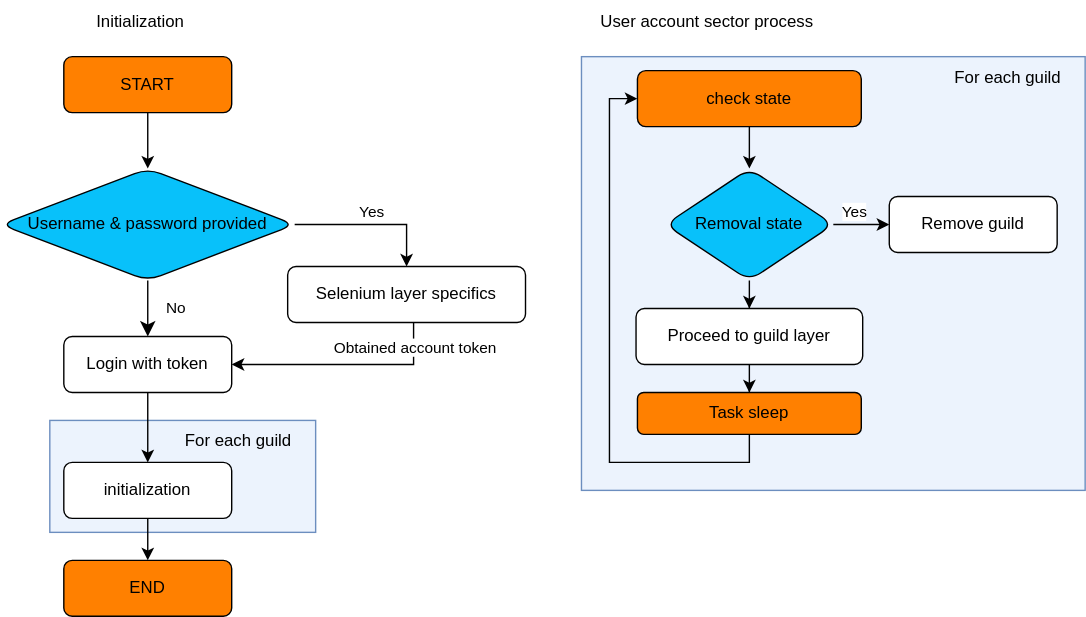
The draw.io diagram docs/thesis/images/daf-account-layer-flowchart.svg in davidhozic/discord-advertisement-framework, before a commit. Source tidied: cells renumbered, new cells last; positions are measured from the earlier drawing's top-left corner, leaving out a move shared by most shapes.
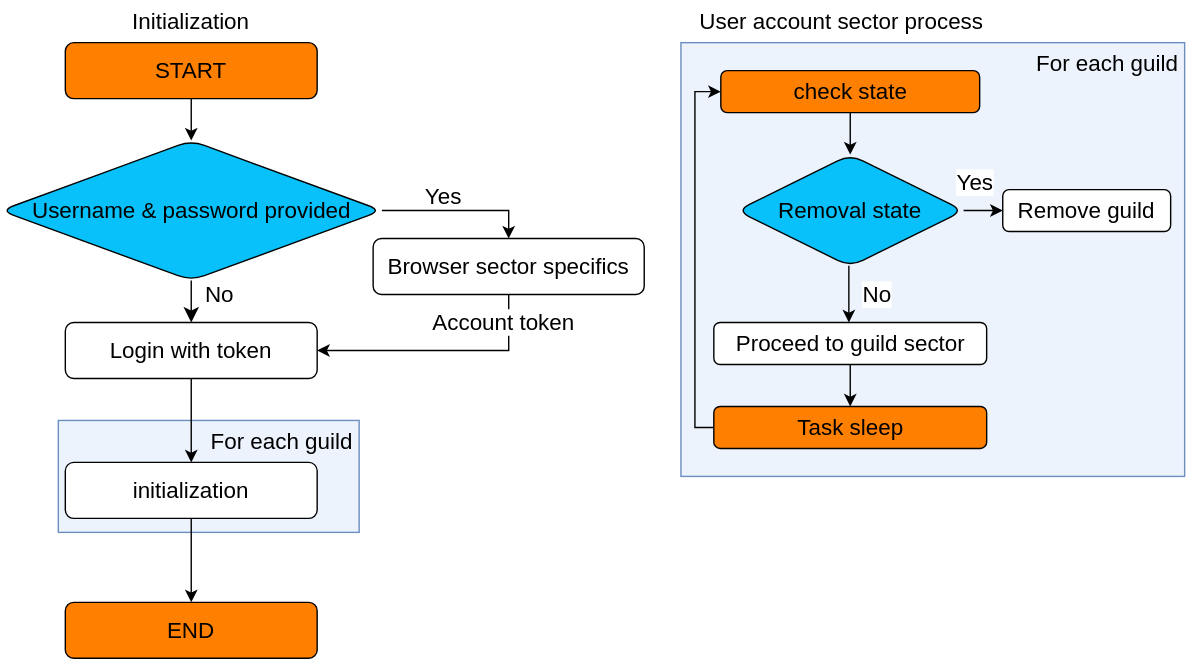
The same file after the commit.

What changed in the source:
```diff
@@ -2,127 +2,131 @@
   <root>
     <mxCell id="0" />
     <mxCell id="1" parent="0" />
-    <mxCell id="2" style="rounded=0;whiteSpace=wrap;html=1;fillOpacity=50;align=left;fillColor=#dae8fc;strokeColor=#6c8ebf;" parent="1" vertex="1">
-      <mxGeometry x="35" y="300" width="190" height="80" as="geometry" />
+    <mxCell id="2" style="rounded=0;whiteSpace=wrap;html=1;fillOpacity=50;align=left;fillColor=#dae8fc;strokeColor=#6c8ebf;fontSize=16;" parent="1" vertex="1">
+      <mxGeometry x="10" y="310" width="215" height="80" as="geometry" />
     </mxCell>
-    <mxCell id="3" style="edgeStyle=orthogonalEdgeStyle;rounded=0;jettySize=auto;html=1;exitX=0.5;exitY=1;exitDx=0;exitDy=0;entryX=0.5;entryY=0;entryDx=0;entryDy=0;" parent="1" edge="1" source="4" target="16">
+    <mxCell id="3" style="edgeStyle=orthogonalEdgeStyle;rounded=0;jettySize=auto;html=1;exitX=0.5;exitY=1;exitDx=0;exitDy=0;entryX=0.5;entryY=0;entryDx=0;entryDy=0;fontSize=16;" parent="1" edge="1" source="4" target="16">
       <mxGeometry relative="1" as="geometry" />
     </mxCell>
-    <mxCell id="4" value="START" style="rounded=1;whiteSpace=wrap;html=1;fontSize=12;glass=0;strokeWidth=1;shadow=0;fillColor=#FF8000;" parent="1" vertex="1">
-      <mxGeometry x="45" y="40" width="120" height="40" as="geometry" />
+    <mxCell id="4" value="START" style="rounded=1;whiteSpace=wrap;html=1;fontSize=16;glass=0;strokeWidth=1;shadow=0;fillColor=#FF8000;" parent="1" vertex="1">
+      <mxGeometry x="15" y="40" width="180" height="40" as="geometry" />
     </mxCell>
-    <mxCell id="5" value="No" style="rounded=0;html=1;jettySize=auto;fontSize=11;endArrow=classic;endFill=1;endSize=8;strokeWidth=1;shadow=0;labelBackgroundColor=none;edgeStyle=orthogonalEdgeStyle;entryX=0.5;entryY=0;entryDx=0;entryDy=0;exitX=0.5;exitY=1;exitDx=0;exitDy=0;" parent="1" edge="1" source="16" target="10">
-      <mxGeometry y="20" relative="1" as="geometry" />
+    <mxCell id="5" value="No" style="rounded=0;html=1;jettySize=auto;fontSize=16;endArrow=classic;endFill=1;endSize=8;strokeWidth=1;shadow=0;labelBackgroundColor=none;edgeStyle=orthogonalEdgeStyle;entryX=0.5;entryY=0;entryDx=0;entryDy=0;exitX=0.5;exitY=1;exitDx=0;exitDy=0;" parent="1" edge="1" source="16" target="10">
+      <mxGeometry x="-0.33" y="20" relative="1" as="geometry" />
     </mxCell>
-    <mxCell id="6" style="edgeStyle=orthogonalEdgeStyle;rounded=0;jettySize=auto;html=1;entryX=1;entryY=0.5;entryDx=0;entryDy=0;" parent="1" edge="1" source="8" target="10">
+    <mxCell id="6" style="edgeStyle=orthogonalEdgeStyle;rounded=0;jettySize=auto;html=1;entryX=1;entryY=0.5;entryDx=0;entryDy=0;fontSize=16;" parent="1" edge="1" source="8" target="10">
       <mxGeometry relative="1" as="geometry">
         <Array as="points">
-          <mxPoint x="295" y="260" />
+          <mxPoint x="332" y="260" />
         </Array>
       </mxGeometry>
     </mxCell>
-    <mxCell id="7" value="Obtained account token" style="edgeLabel;html=1;align=center;verticalAlign=middle;" parent="6" vertex="1">
+    <mxCell id="7" value="Account token" style="edgeLabel;html=1;align=center;verticalAlign=middle;fontSize=16;" parent="6" vertex="1">
       <mxGeometry x="-0.8" relative="1" as="geometry">
-        <mxPoint y="1" as="offset" />
+        <mxPoint x="-4" y="2" as="offset" />
       </mxGeometry>
     </mxCell>
-    <mxCell id="8" value="Selenium layer specifics" style="rounded=1;whiteSpace=wrap;html=1;fontSize=12;glass=0;strokeWidth=1;shadow=0;" parent="1" vertex="1">
-      <mxGeometry x="205" y="190" width="170" height="40" as="geometry" />
+    <mxCell id="8" value="Browser sector specifics" style="rounded=1;whiteSpace=wrap;html=1;fontSize=16;glass=0;strokeWidth=1;shadow=0;" parent="1" vertex="1">
+      <mxGeometry x="235" y="180" width="193.8" height="40" as="geometry" />
     </mxCell>
-    <mxCell id="9" style="edgeStyle=orthogonalEdgeStyle;rounded=0;jettySize=auto;html=1;" parent="1" edge="1" source="10" target="12">
+    <mxCell id="9" style="edgeStyle=orthogonalEdgeStyle;rounded=0;jettySize=auto;html=1;fontSize=16;" parent="1" edge="1" source="10" target="12">
       <mxGeometry relative="1" as="geometry" />
     </mxCell>
-    <mxCell id="10" value="Login with token" style="rounded=1;whiteSpace=wrap;html=1;fontSize=12;glass=0;strokeWidth=1;shadow=0;" parent="1" vertex="1">
-      <mxGeometry x="45" y="240" width="120" height="40" as="geometry" />
+    <mxCell id="10" value="Login with token" style="rounded=1;whiteSpace=wrap;html=1;fontSize=16;glass=0;strokeWidth=1;shadow=0;" parent="1" vertex="1">
+      <mxGeometry x="15" y="240" width="180" height="40" as="geometry" />
     </mxCell>
-    <mxCell id="11" style="edgeStyle=orthogonalEdgeStyle;rounded=0;jettySize=auto;html=1;entryX=0.5;entryY=0;entryDx=0;entryDy=0;" parent="1" edge="1" source="12" target="31">
+    <mxCell id="11" style="edgeStyle=orthogonalEdgeStyle;rounded=0;jettySize=auto;html=1;entryX=0.5;entryY=0;entryDx=0;entryDy=0;fontSize=16;" parent="1" edge="1" source="12" target="31">
       <mxGeometry relative="1" as="geometry" />
     </mxCell>
-    <mxCell id="12" value="initialization" style="whiteSpace=wrap;html=1;rounded=1;glass=0;strokeWidth=1;shadow=0;" parent="1" vertex="1">
-      <mxGeometry x="45" y="330" width="120" height="40" as="geometry" />
+    <mxCell id="12" value="initialization" style="whiteSpace=wrap;html=1;rounded=1;glass=0;strokeWidth=1;shadow=0;fontSize=16;" parent="1" vertex="1">
+      <mxGeometry x="15" y="340" width="180" height="40" as="geometry" />
     </mxCell>
-    <mxCell id="13" style="edgeStyle=orthogonalEdgeStyle;rounded=0;orthogonalLoop=1;jettySize=auto;html=1;exitX=0.5;exitY=1;exitDx=0;exitDy=0;" parent="1" edge="1">
+    <mxCell id="13" style="edgeStyle=orthogonalEdgeStyle;rounded=0;orthogonalLoop=1;jettySize=auto;html=1;exitX=0.5;exitY=1;exitDx=0;exitDy=0;fontSize=16;" parent="1" edge="1">
       <mxGeometry relative="1" as="geometry">
-        <mxPoint x="465" y="130" as="sourcePoint" />
-        <mxPoint x="465" y="130" as="targetPoint" />
+        <mxPoint x="505" y="130" as="sourcePoint" />
+        <mxPoint x="505" y="130" as="targetPoint" />
       </mxGeometry>
     </mxCell>
-    <mxCell id="14" style="edgeStyle=orthogonalEdgeStyle;rounded=0;jettySize=auto;html=1;entryX=0.5;entryY=0;entryDx=0;entryDy=0;" parent="1" edge="1" source="16" target="8">
+    <mxCell id="14" style="edgeStyle=orthogonalEdgeStyle;rounded=0;jettySize=auto;html=1;entryX=0.5;entryY=0;entryDx=0;entryDy=0;fontSize=16;" parent="1" edge="1" source="16" target="8">
       <mxGeometry relative="1" as="geometry">
         <Array as="points">
-          <mxPoint x="290" y="160" />
+          <mxPoint x="332" y="160" />
         </Array>
       </mxGeometry>
     </mxCell>
-    <mxCell id="15" value="Yes" style="edgeLabel;html=1;align=center;verticalAlign=middle;" parent="14" vertex="1">
-      <mxGeometry x="-0.02" y="-3" relative="1" as="geometry">
-        <mxPoint y="-13" as="offset" />
+    <mxCell id="15" value="Yes" style="edgeLabel;html=1;align=center;verticalAlign=middle;fontSize=16;labelBackgroundColor=none;" parent="14" vertex="1">
+      <mxGeometry x="0.21" relative="1" as="geometry">
+        <mxPoint x="-23" y="-10" as="offset" />
       </mxGeometry>
     </mxCell>
-    <mxCell id="16" value="&lt;font style=&quot;font-size: 12px;&quot;&gt;Username &amp;amp; password provided&lt;/font&gt;" style="rhombus;whiteSpace=wrap;html=1;rounded=1;glass=0;strokeWidth=1;shadow=0;fillColor=#08C1FA;" parent="1" vertex="1">
-      <mxGeometry y="120" width="210" height="80" as="geometry" />
+    <mxCell id="16" value="&lt;font style=&quot;font-size: 16px;&quot;&gt;Username &amp;amp; password provided&lt;/font&gt;" style="rhombus;whiteSpace=wrap;html=1;rounded=1;glass=0;strokeWidth=1;shadow=0;fillColor=#08C1FA;fontSize=16;gradientColor=none;sketch=0;" parent="1" vertex="1">
+      <mxGeometry x="-31.2" y="110" width="272.5" height="100" as="geometry" />
     </mxCell>
-    <mxCell id="17" style="rounded=0;whiteSpace=wrap;html=1;fillOpacity=50;align=left;fillColor=#dae8fc;strokeColor=#6c8ebf;" parent="1" vertex="1">
-      <mxGeometry x="415" y="40" width="360" height="310" as="geometry" />
+    <mxCell id="17" style="rounded=0;whiteSpace=wrap;html=1;fillOpacity=50;align=left;fillColor=#dae8fc;strokeColor=#6c8ebf;fontSize=16;" parent="1" vertex="1">
+      <mxGeometry x="455" y="40" width="360" height="310" as="geometry" />
     </mxCell>
-    <mxCell id="18" style="edgeStyle=orthogonalEdgeStyle;rounded=0;jettySize=auto;html=1;" parent="1" edge="1" source="19" target="23">
+    <mxCell id="18" style="edgeStyle=orthogonalEdgeStyle;rounded=0;jettySize=auto;html=1;fontSize=16;" parent="1" edge="1" source="19" target="23">
       <mxGeometry relative="1" as="geometry" />
     </mxCell>
-    <mxCell id="19" value="check state" style="whiteSpace=wrap;html=1;rounded=1;glass=0;strokeWidth=1;shadow=0;fillColor=#FF8000;" parent="1" vertex="1">
-      <mxGeometry x="455" y="50" width="160" height="40" as="geometry" />
+    <mxCell id="19" value="check state" style="whiteSpace=wrap;html=1;rounded=1;glass=0;strokeWidth=1;shadow=0;fillColor=#FF8000;fontSize=16;" parent="1" vertex="1">
+      <mxGeometry x="483.5" y="60" width="185" height="30" as="geometry" />
     </mxCell>
-    <mxCell id="20" style="edgeStyle=orthogonalEdgeStyle;rounded=0;jettySize=auto;html=1;" parent="1" edge="1" source="23" target="24">
+    <mxCell id="20" style="edgeStyle=orthogonalEdgeStyle;rounded=0;jettySize=auto;html=1;fontSize=16;" parent="1" edge="1" source="23" target="24">
       <mxGeometry relative="1" as="geometry" />
     </mxCell>
-    <mxCell id="21" value="Yes" style="edgeLabel;html=1;align=center;verticalAlign=middle;" parent="20" vertex="1">
+    <mxCell id="21" value="Yes" style="edgeLabel;html=1;align=center;verticalAlign=middle;fontSize=16;" parent="20" vertex="1">
       <mxGeometry x="-0.31" relative="1" as="geometry">
-        <mxPoint y="-10" as="offset" />
+        <mxPoint x="-10" y="-20" as="offset" />
       </mxGeometry>
     </mxCell>
-    <mxCell id="22" style="edgeStyle=orthogonalEdgeStyle;rounded=0;jettySize=auto;html=1;" parent="1" edge="1" source="23" target="26">
-      <mxGeometry relative="1" as="geometry" />
+    <mxCell id="22" value="No" style="edgeStyle=orthogonalEdgeStyle;rounded=0;jettySize=auto;html=1;fontSize=16;" parent="1" edge="1" source="23" target="26">
+      <mxGeometry y="20" relative="1" as="geometry">
+        <Array as="points">
+          <mxPoint x="575" y="210" />
+          <mxPoint x="575" y="210" />
+        </Array>
+      </mxGeometry>
     </mxCell>
-    <mxCell id="23" value="Removal state" style="rhombus;whiteSpace=wrap;html=1;rounded=1;glass=0;strokeWidth=1;shadow=0;fillColor=#08C1FA;" parent="1" vertex="1">
-      <mxGeometry x="475" y="120" width="120" height="80" as="geometry" />
+    <mxCell id="23" value="Removal state" style="rhombus;whiteSpace=wrap;html=1;rounded=1;glass=0;strokeWidth=1;shadow=0;fillColor=#08C1FA;fontSize=16;" parent="1" vertex="1">
+      <mxGeometry x="495" y="120" width="162" height="80" as="geometry" />
     </mxCell>
-    <mxCell id="24" value="Remove guild" style="whiteSpace=wrap;html=1;rounded=1;glass=0;strokeWidth=1;shadow=0;" parent="1" vertex="1">
-      <mxGeometry x="635" y="140" width="120" height="40" as="geometry" />
+    <mxCell id="24" value="Remove guild" style="whiteSpace=wrap;html=1;rounded=1;glass=0;strokeWidth=1;shadow=0;fontSize=16;" parent="1" vertex="1">
+      <mxGeometry x="685" y="145" width="120" height="30" as="geometry" />
     </mxCell>
-    <mxCell id="25" style="edgeStyle=orthogonalEdgeStyle;rounded=0;jettySize=auto;html=1;" parent="1" edge="1" source="26" target="28">
+    <mxCell id="25" style="edgeStyle=orthogonalEdgeStyle;rounded=0;jettySize=auto;html=1;fontSize=16;" parent="1" edge="1" source="26" target="28">
       <mxGeometry relative="1" as="geometry" />
     </mxCell>
-    <mxCell id="26" value="Proceed to guild layer" style="whiteSpace=wrap;html=1;rounded=1;glass=0;strokeWidth=1;shadow=0;" parent="1" vertex="1">
-      <mxGeometry x="454" y="220" width="162" height="40" as="geometry" />
+    <mxCell id="26" value="Proceed to guild sector" style="whiteSpace=wrap;html=1;rounded=1;glass=0;strokeWidth=1;shadow=0;fontSize=16;" parent="1" vertex="1">
+      <mxGeometry x="478.5" y="240" width="195" height="30" as="geometry" />
     </mxCell>
-    <mxCell id="27" style="edgeStyle=orthogonalEdgeStyle;rounded=0;jettySize=auto;html=1;entryX=0;entryY=0.5;entryDx=0;entryDy=0;" parent="1" edge="1" source="28" target="19">
+    <mxCell id="27" style="edgeStyle=orthogonalEdgeStyle;rounded=0;jettySize=auto;html=1;entryX=0;entryY=0.5;entryDx=0;entryDy=0;fontSize=16;" parent="1" edge="1" source="28" target="19">
       <mxGeometry relative="1" as="geometry">
         <Array as="points">
-          <mxPoint x="535" y="330" />
-          <mxPoint x="435" y="330" />
-          <mxPoint x="435" y="70" />
+          <mxPoint x="465" y="315" />
+          <mxPoint x="465" y="75" />
         </Array>
       </mxGeometry>
     </mxCell>
-    <mxCell id="28" value="Task sleep" style="whiteSpace=wrap;html=1;rounded=1;glass=0;strokeWidth=1;shadow=0;fillColor=#FF8000;" parent="1" vertex="1">
-      <mxGeometry x="455" y="280" width="160" height="30" as="geometry" />
+    <mxCell id="28" value="Task sleep" style="whiteSpace=wrap;html=1;rounded=1;glass=0;strokeWidth=1;shadow=0;fillColor=#FF8000;fontSize=16;" parent="1" vertex="1">
+      <mxGeometry x="478.5" y="300" width="195" height="30" as="geometry" />
     </mxCell>
-    <mxCell id="29" style="edgeStyle=orthogonalEdgeStyle;rounded=0;orthogonalLoop=1;jettySize=auto;html=1;exitX=0.5;exitY=1;exitDx=0;exitDy=0;" parent="1" edge="1" source="24" target="24">
+    <mxCell id="29" style="edgeStyle=orthogonalEdgeStyle;rounded=0;orthogonalLoop=1;jettySize=auto;html=1;exitX=0.5;exitY=1;exitDx=0;exitDy=0;fontSize=16;" parent="1" edge="1" source="24" target="24">
       <mxGeometry relative="1" as="geometry" />
     </mxCell>
-    <mxCell id="30" value="For each guild" style="text;html=1;strokeColor=none;fillColor=none;align=center;verticalAlign=middle;whiteSpace=wrap;rounded=0;" parent="1" vertex="1">
-      <mxGeometry x="665" y="40" width="110" height="30" as="geometry" />
+    <mxCell id="30" value="For each guild" style="text;html=1;strokeColor=none;fillColor=none;align=center;verticalAlign=middle;whiteSpace=wrap;rounded=0;fontSize=16;" parent="1" vertex="1">
+      <mxGeometry x="705" y="40" width="110" height="30" as="geometry" />
     </mxCell>
-    <mxCell id="31" value="END" style="whiteSpace=wrap;html=1;rounded=1;glass=0;strokeWidth=1;shadow=0;fillColor=#FF8000;" parent="1" vertex="1">
-      <mxGeometry x="45" y="400" width="120" height="40" as="geometry" />
+    <mxCell id="31" value="END" style="whiteSpace=wrap;html=1;rounded=1;glass=0;strokeWidth=1;shadow=0;fillColor=#FF8000;fontSize=16;" parent="1" vertex="1">
+      <mxGeometry x="15" y="440" width="180" height="40" as="geometry" />
     </mxCell>
-    <mxCell id="32" value="Initialization" style="text;html=1;strokeColor=none;fillColor=none;align=center;verticalAlign=middle;whiteSpace=wrap;rounded=0;" parent="1" vertex="1">
-      <mxGeometry x="45" width="110" height="30" as="geometry" />
+    <mxCell id="32" value="Initialization" style="text;html=1;strokeColor=none;fillColor=none;align=center;verticalAlign=middle;whiteSpace=wrap;rounded=0;fontSize=16;" parent="1" vertex="1">
+      <mxGeometry x="15" y="10" width="180" height="30" as="geometry" />
     </mxCell>
-    <mxCell id="33" value="User account sector process" style="text;html=1;strokeColor=none;fillColor=none;align=center;verticalAlign=middle;whiteSpace=wrap;rounded=0;" parent="1" vertex="1">
-      <mxGeometry x="415" width="180" height="30" as="geometry" />
+    <mxCell id="33" value="User account sector process" style="text;html=1;strokeColor=none;fillColor=none;align=center;verticalAlign=middle;whiteSpace=wrap;rounded=0;fontSize=16;" parent="1" vertex="1">
+      <mxGeometry x="455" y="10" width="230" height="30" as="geometry" />
     </mxCell>
-    <mxCell id="34" value="For each guild" style="text;html=1;strokeColor=none;fillColor=none;align=center;verticalAlign=middle;whiteSpace=wrap;rounded=0;" parent="1" vertex="1">
-      <mxGeometry x="115" y="300" width="110" height="30" as="geometry" />
+    <mxCell id="34" value="For each guild" style="text;html=1;strokeColor=none;fillColor=none;align=center;verticalAlign=middle;whiteSpace=wrap;rounded=0;fontSize=16;" parent="1" vertex="1">
+      <mxGeometry x="115" y="310" width="110" height="30" as="geometry" />
     </mxCell>
   </root>
 </mxGraphModel>
```
